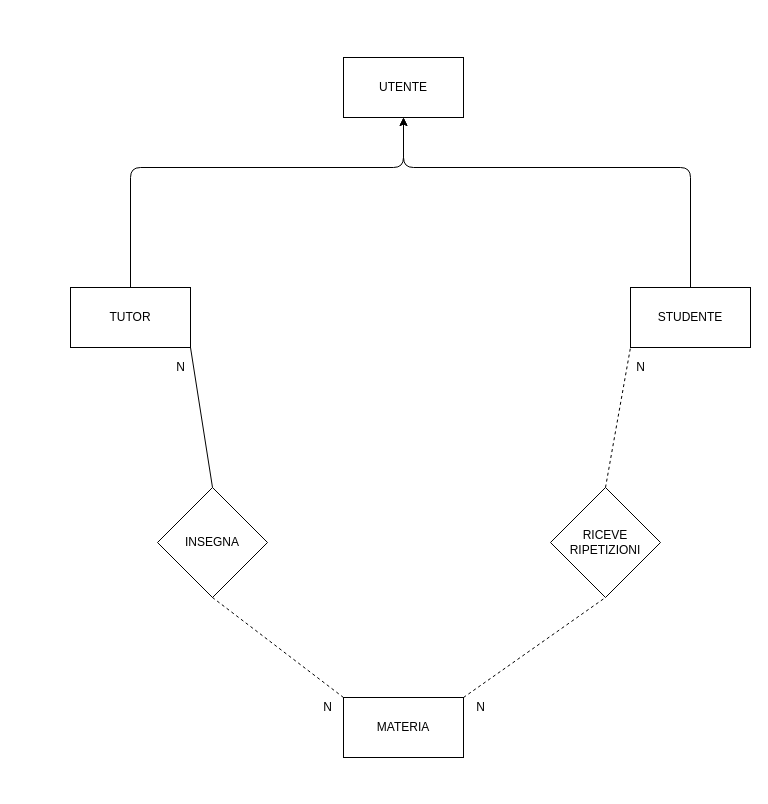
Earlier version of the draw.io diagram website2/Untitled Diagram.drawio (MatteoMark/jmTutoring). Source tidied: cells renumbered, new cells numbered last; positions are measured from the earlier drawing's top-left corner, leaving out a move shared by most shapes. Both pictures are drawn from the tidied source at 100%, with x=0, y=0 at pixel (70, 57).
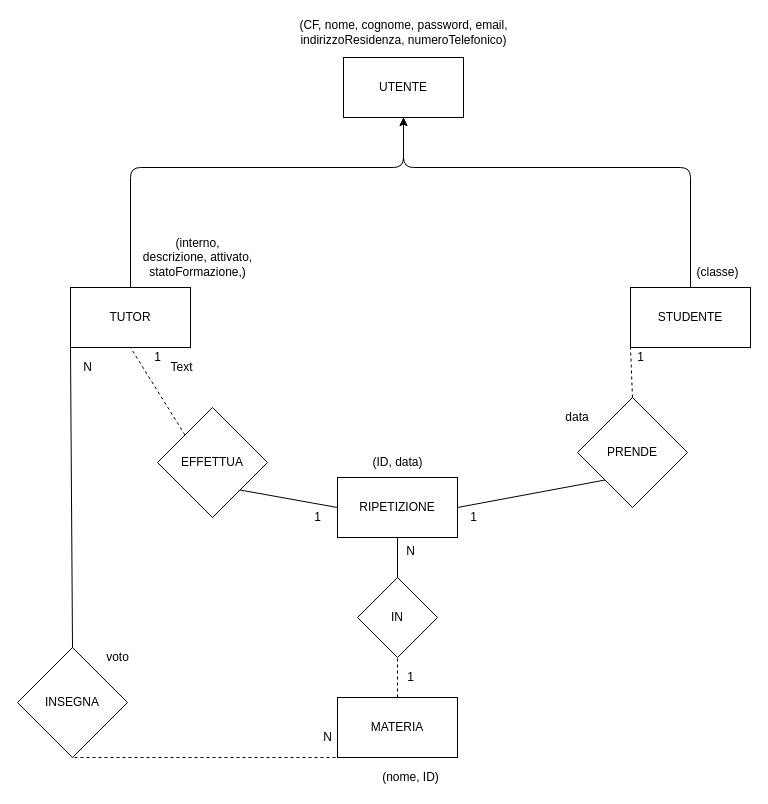
The same page after the edit.

Unchanged cells that the change refers to:
```xml
<mxCell id="2" value="TUTOR" style="rounded=0;whiteSpace=wrap;html=1;" parent="1" vertex="1">
  <mxGeometry y="230" width="120" height="60" as="geometry" />
</mxCell>
```

Diff of the diagram source:
```diff
@@
     <mxCell id="4" value="MATERIA" style="rounded=0;whiteSpace=wrap;html=1;" parent="1" vertex="1">
-      <mxGeometry x="273" y="640" width="120" height="60" as="geometry" />
+      <mxGeometry x="267" y="640" width="120" height="60" as="geometry" />
     </mxCell>
     <mxCell id="5" value="INSEGNA" style="rhombus;whiteSpace=wrap;html=1;" parent="1" vertex="1">
-      <mxGeometry x="87" y="430" width="110" height="110" as="geometry" />
+      <mxGeometry x="-53" y="590" width="110" height="110" as="geometry" />
     </mxCell>
-    <mxCell id="6" style="endArrow=none;html=1;entryX=1;entryY=1;entryDx=0;entryDy=0;exitX=0.5;exitY=0;exitDx=0;exitDy=0;" parent="1" edge="1" source="5" target="2">
+    <mxCell id="6" style="endArrow=none;html=1;entryX=0;entryY=1;entryDx=0;entryDy=0;exitX=0.5;exitY=0;exitDx=0;exitDy=0;" parent="1" edge="1" source="5" target="2">
       <mxGeometry relative="1" as="geometry" />
     </mxCell>
     <mxCell id="7" value="N" style="text;html=1;align=center;verticalAlign=middle;" parent="1" vertex="1">
-      <mxGeometry x="247" y="640" width="20" height="20" as="geometry" />
+      <mxGeometry x="247" y="670" width="20" height="20" as="geometry" />
     </mxCell>
-    <mxCell id="8" style="endArrow=none;dashed=1;html=1;entryX=0.5;entryY=1;entryDx=0;entryDy=0;exitX=0;exitY=0;exitDx=0;exitDy=0;" parent="1" edge="1" source="4" target="5">
-      <mxGeometry relative="1" as="geometry" />
+    <mxCell id="8" style="endArrow=none;dashed=1;html=1;entryX=0.5;entryY=1;entryDx=0;entryDy=0;" parent="1" edge="1" target="5">
+      <mxGeometry relative="1" as="geometry">
+        <mxPoint x="271" y="700" as="sourcePoint" />
+      </mxGeometry>
     </mxCell>
-    <mxCell id="9" value="N" style="text;html=1;align=center;verticalAlign=middle;" parent="1" vertex="1">
-      <mxGeometry x="100" y="300" width="20" height="20" as="geometry" />
+    <mxCell id="9" value="1" style="text;html=1;align=center;verticalAlign=middle;" parent="1" vertex="1">
+      <mxGeometry x="77" y="290" width="20" height="20" as="geometry" />
     </mxCell>
+    <mxCell id="18" value="1" style="text;html=1;align=center;verticalAlign=middle;" parent="1" vertex="1">
+      <mxGeometry x="237" y="450" width="20" height="20" as="geometry" />
+    </mxCell>
-    <mxCell id="10" value="RICEVE RIPETIZIONI" style="rhombus;whiteSpace=wrap;html=1;" parent="1" vertex="1">
-      <mxGeometry x="480" y="430" width="110" height="110" as="geometry" />
+    <mxCell id="10" value="PRENDE" style="rhombus;whiteSpace=wrap;html=1;" parent="1" vertex="1">
+      <mxGeometry x="507" y="340" width="110" height="110" as="geometry" />
     </mxCell>
@@
-    <mxCell id="12" value="N" style="text;html=1;align=center;verticalAlign=middle;" parent="1" vertex="1">
-      <mxGeometry x="400" y="640" width="20" height="20" as="geometry" />
-    </mxCell>
-    <mxCell id="13" style="endArrow=none;dashed=1;html=1;entryX=0.5;entryY=1;entryDx=0;entryDy=0;exitX=1;exitY=0;exitDx=0;exitDy=0;" parent="1" edge="1" source="4" target="10">
-      <mxGeometry relative="1" as="geometry" />
-    </mxCell>
-    <mxCell id="14" value="N" style="text;html=1;align=center;verticalAlign=middle;" parent="1" vertex="1">
-      <mxGeometry x="560" y="300" width="20" height="20" as="geometry" />
+    <mxCell id="14" value="1" style="text;html=1;align=center;verticalAlign=middle;" parent="1" vertex="1">
+      <mxGeometry x="560" y="290" width="20" height="20" as="geometry" />
     </mxCell>
@@
+    <mxCell id="19" value="(CF, nome, cognome, password, email,&lt;br&gt;indirizzoResidenza, numeroTelefonico)" style="text;html=1;align=center;verticalAlign=middle;" parent="1" vertex="1">
+      <mxGeometry x="223" y="-40" width="220" height="30" as="geometry" />
+    </mxCell>
+    <mxCell id="20" value="(interno,&lt;br&gt;descrizione, attivato,&lt;br&gt;statoFormazione,)" style="text;html=1;align=center;verticalAlign=middle;" parent="1" vertex="1">
+      <mxGeometry x="67" y="175" width="120" height="50" as="geometry" />
+    </mxCell>
+    <mxCell id="21" value="(nome, ID)" style="text;html=1;align=center;verticalAlign=middle;" parent="1" vertex="1">
+      <mxGeometry x="305" y="710" width="70" height="20" as="geometry" />
+    </mxCell>
+    <mxCell id="22" value="data" style="text;html=1;strokeColor=none;fillColor=none;align=center;verticalAlign=middle;whiteSpace=wrap;rounded=0;" parent="1" vertex="1">
+      <mxGeometry x="487" y="350" width="40" height="20" as="geometry" />
+    </mxCell>
+    <mxCell id="23" value="voto" style="text;html=1;align=center;verticalAlign=middle;" parent="1" vertex="1">
+      <mxGeometry x="27" y="590" width="40" height="20" as="geometry" />
+    </mxCell>
+    <mxCell id="24" value="(classe)" style="text;html=1;align=center;verticalAlign=middle;" parent="1" vertex="1">
+      <mxGeometry x="617" y="205" width="60" height="20" as="geometry" />
+    </mxCell>
+    <mxCell id="25" value="RIPETIZIONE" style="rounded=0;whiteSpace=wrap;html=1;" parent="1" vertex="1">
+      <mxGeometry x="267" y="420" width="120" height="60" as="geometry" />
+    </mxCell>
+    <mxCell id="26" value="EFFETTUA" style="rhombus;whiteSpace=wrap;html=1;" parent="1" vertex="1">
+      <mxGeometry x="87" y="350" width="110" height="110" as="geometry" />
+    </mxCell>
+    <mxCell id="27" value="1" style="text;html=1;align=center;verticalAlign=middle;" parent="1" vertex="1">
+      <mxGeometry x="393" y="450" width="20" height="20" as="geometry" />
+    </mxCell>
+    <mxCell id="28" style="endArrow=none;dashed=1;html=1;entryX=0.5;entryY=1;entryDx=0;entryDy=0;exitX=0;exitY=0;exitDx=0;exitDy=0;" parent="1" edge="1" source="26" target="2">
+      <mxGeometry relative="1" as="geometry" />
+    </mxCell>
+    <mxCell id="29" style="endArrow=none;html=1;entryX=0;entryY=0.5;entryDx=0;entryDy=0;exitX=1;exitY=1;exitDx=0;exitDy=0;" parent="1" edge="1" source="26" target="25">
+      <mxGeometry relative="1" as="geometry" />
+    </mxCell>
+    <mxCell id="30" style="endArrow=none;html=1;entryX=0;entryY=1;entryDx=0;entryDy=0;exitX=1;exitY=0.5;exitDx=0;exitDy=0;" parent="1" edge="1" source="25" target="10">
+      <mxGeometry relative="1" as="geometry" />
+    </mxCell>
+    <mxCell id="31" value="Text" style="text;html=1;align=center;verticalAlign=middle;" parent="1" vertex="1">
+      <mxGeometry x="91" y="300" width="40" height="20" as="geometry" />
+    </mxCell>
+    <mxCell id="32" value="N" style="text;html=1;align=center;verticalAlign=middle;" parent="1" vertex="1">
+      <mxGeometry x="7" y="300" width="20" height="20" as="geometry" />
+    </mxCell>
+    <mxCell id="33" value="(ID, data)" style="text;html=1;align=center;verticalAlign=middle;" parent="1" vertex="1">
+      <mxGeometry x="292" y="395" width="70" height="20" as="geometry" />
+    </mxCell>
+    <mxCell id="34" value="IN" style="rhombus;whiteSpace=wrap;html=1;" parent="1" vertex="1">
+      <mxGeometry x="287" y="520" width="80" height="80" as="geometry" />
+    </mxCell>
+    <mxCell id="35" style="endArrow=none;html=1;entryX=0.5;entryY=1;entryDx=0;entryDy=0;exitX=0.5;exitY=0;exitDx=0;exitDy=0;" parent="1" edge="1" source="34" target="25">
+      <mxGeometry relative="1" as="geometry" />
+    </mxCell>
+    <mxCell id="36" value="1" style="text;html=1;align=center;verticalAlign=middle;" parent="1" vertex="1">
+      <mxGeometry x="330" y="610" width="20" height="20" as="geometry" />
+    </mxCell>
+    <mxCell id="37" style="endArrow=none;dashed=1;html=1;entryX=0.5;entryY=1;entryDx=0;entryDy=0;exitX=0.5;exitY=0;exitDx=0;exitDy=0;" parent="1" edge="1" source="4" target="34">
+      <mxGeometry relative="1" as="geometry" />
+    </mxCell>
+    <mxCell id="38" value="N" style="text;html=1;align=center;verticalAlign=middle;" parent="1" vertex="1">
+      <mxGeometry x="330" y="484" width="20" height="20" as="geometry" />
+    </mxCell>
```
